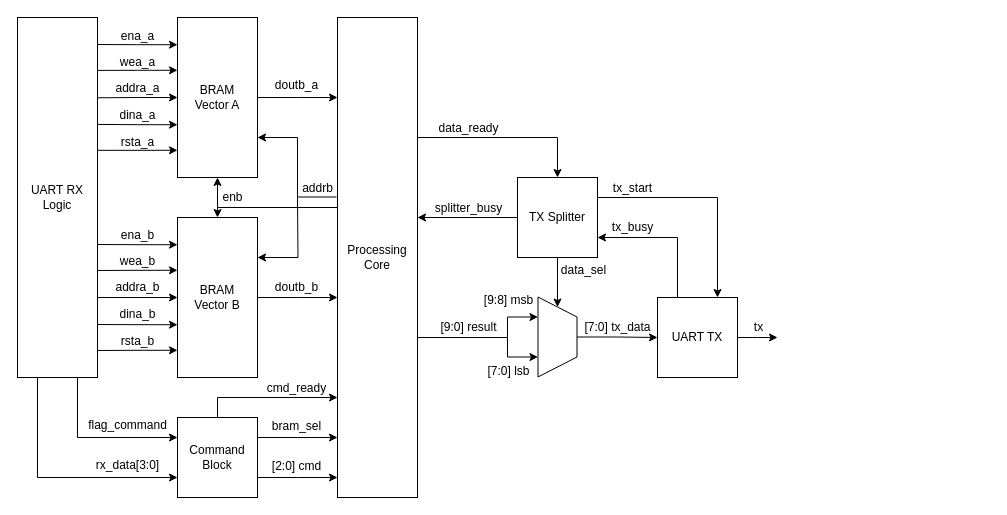
Grimrist/vector_coprocessor keeps this draw.io diagram as vector_coprocessor.drawio. Above is the earlier version. Source tidied: cells renumbered, new cells numbered last; positions are measured from the earlier drawing's top-left corner, leaving out a move shared by most shapes. Both pictures are drawn from the tidied source at 100%, with x=0, y=0 at pixel (17, 17).
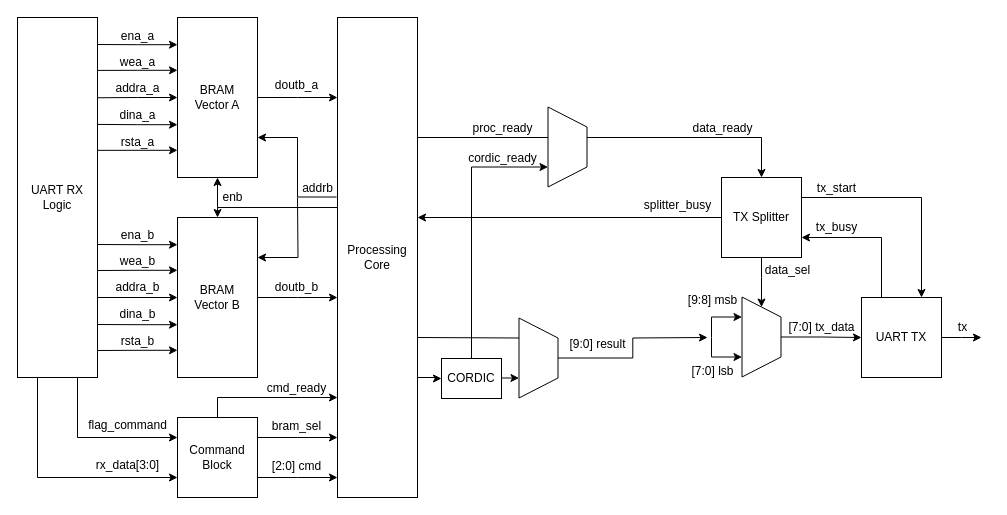
Above is the later version.

Unchanged cells that the change refers to:
```xml
<mxCell id="33" value="Processing Core" style="rounded=0;whiteSpace=wrap;html=1;points=[[0,0,0,0,0],[0,0.14,0,0,0],[0,0.29,0,0,0],[0,0.43,0,0,0],[0,0.57,0,0,0],[0,0.71,0,0,0],[0,0.86,0,0,0],[0,1,0,0,0],[0.25,0,0,0,0],[0.25,1,0,0,0],[0.5,0,0,0,0],[0.5,1,0,0,0],[0.75,0,0,0,0],[0.75,1,0,0,0],[1,0,0,0,0],[1,0.25,0,0,0],[1,0.5,0,0,0],[1,0.75,0,0,0],[1,1,0,0,0]];" parent="1" vertex="1">
  <mxGeometry x="320" width="80" height="480" as="geometry" />
</mxCell>
```

What changed in the source:
```diff
@@
     <mxCell id="32" style="edgeStyle=orthogonalEdgeStyle;rounded=0;jettySize=auto;html=1;exitX=1;exitY=0.25;exitDx=0;exitDy=0;exitPerimeter=0;entryX=0.5;entryY=0;entryDx=0;entryDy=0;" parent="1" edge="1" source="33" target="48">
       <mxGeometry relative="1" as="geometry">
         <Array as="points">
-          <mxPoint x="540" y="120" />
+          <mxPoint x="744" y="120" />
         </Array>
       </mxGeometry>
     </mxCell>
+    <mxCell id="70" style="edgeStyle=orthogonalEdgeStyle;rounded=0;jettySize=auto;html=1;exitX=1;exitY=0.75;exitDx=0;exitDy=0;exitPerimeter=0;" parent="1" edge="1" source="33" target="75">
+      <mxGeometry relative="1" as="geometry" />
+    </mxCell>
@@
     <mxCell id="48" value="TX Splitter" style="rounded=0;whiteSpace=wrap;html=1;" parent="1" vertex="1">
-      <mxGeometry x="500" y="160" width="80" height="80" as="geometry" />
+      <mxGeometry x="704" y="160" width="80" height="80" as="geometry" />
     </mxCell>
     <mxCell id="49" style="edgeStyle=orthogonalEdgeStyle;rounded=0;jettySize=auto;html=1;" parent="1" edge="1" source="51">
       <mxGeometry relative="1" as="geometry">
-        <mxPoint x="760" y="320" as="targetPoint" />
+        <mxPoint x="964" y="320" as="targetPoint" />
       </mxGeometry>
     </mxCell>
@@
     <mxCell id="51" value="UART TX" style="rounded=0;whiteSpace=wrap;html=1;" parent="1" vertex="1">
-      <mxGeometry x="640" y="280" width="80" height="80" as="geometry" />
+      <mxGeometry x="844" y="280" width="80" height="80" as="geometry" />
     </mxCell>
@@
     <mxCell id="53" style="edgeStyle=orthogonalEdgeStyle;rounded=0;jettySize=auto;html=1;exitX=0.25;exitY=1;exitDx=0;exitDy=0;endArrow=none;endFill=0;startArrow=classic;startFill=1;" parent="1" edge="1" source="55">
       <mxGeometry relative="1" as="geometry">
-        <mxPoint x="490" y="320" as="targetPoint" />
+        <mxPoint x="694" y="320" as="targetPoint" />
       </mxGeometry>
     </mxCell>
     <mxCell id="54" style="edgeStyle=orthogonalEdgeStyle;rounded=0;jettySize=auto;html=1;exitX=0.75;exitY=1;exitDx=0;exitDy=0;endArrow=none;endFill=0;startArrow=classic;startFill=1;" parent="1" edge="1" source="55">
       <mxGeometry relative="1" as="geometry">
-        <mxPoint x="490" y="320" as="targetPoint" />
+        <mxPoint x="694" y="320" as="targetPoint" />
       </mxGeometry>
     </mxCell>
     <mxCell id="55" style="shape=trapezoid;perimeter=trapezoidPerimeter;whiteSpace=wrap;html=1;fixedSize=1;rotation=90;" parent="1" vertex="1">
-      <mxGeometry x="500" y="300" width="80" height="39" as="geometry" />
+      <mxGeometry x="704" y="300" width="80" height="39" as="geometry" />
     </mxCell>
-    <mxCell id="56" style="edgeStyle=orthogonalEdgeStyle;rounded=0;orthogonalLoop=1;jettySize=auto;html=1;endArrow=none;endFill=0;startArrow=none;startFill=0;" parent="1" edge="1">
+    <mxCell id="56" style="edgeStyle=orthogonalEdgeStyle;rounded=0;jettySize=auto;html=1;endArrow=none;endFill=0;startArrow=none;startFill=0;exitX=0.25;exitY=1;exitDx=0;exitDy=0;" parent="1" edge="1" source="73">
       <mxGeometry relative="1" as="geometry">
-        <mxPoint x="490" y="320" as="sourcePoint" />
         <mxPoint x="400" y="320" as="targetPoint" />
       </mxGeometry>
     </mxCell>
     <mxCell id="57" value="[9:0] result" style="text;html=1;align=center;verticalAlign=middle;strokeColor=none;fillColor=none;" parent="1" vertex="1">
-      <mxGeometry x="411" y="295" width="80" height="30" as="geometry" />
+      <mxGeometry x="540" y="312" width="80" height="30" as="geometry" />
     </mxCell>
     <mxCell id="58" value="[9:8] msb" style="text;html=1;align=center;verticalAlign=middle;strokeColor=none;fillColor=none;" parent="1" vertex="1">
-      <mxGeometry x="451" y="268" width="80" height="30" as="geometry" />
+      <mxGeometry x="655" y="268" width="80" height="30" as="geometry" />
     </mxCell>
     <mxCell id="59" value="[7:0] lsb" style="text;html=1;align=center;verticalAlign=middle;strokeColor=none;fillColor=none;" parent="1" vertex="1">
-      <mxGeometry x="456" y="339" width="70" height="30" as="geometry" />
+      <mxGeometry x="660" y="339" width="70" height="30" as="geometry" />
     </mxCell>
     <mxCell id="60" value="data_sel" style="text;html=1;align=center;verticalAlign=middle;strokeColor=none;fillColor=none;" parent="1" vertex="1">
-      <mxGeometry x="531" y="238" width="70" height="30" as="geometry" />
+      <mxGeometry x="735" y="238" width="70" height="30" as="geometry" />
     </mxCell>
@@
     <mxCell id="62" value="splitter_busy" style="text;html=1;align=center;verticalAlign=middle;strokeColor=none;fillColor=none;" parent="1" vertex="1">
-      <mxGeometry x="401" y="176" width="100" height="30" as="geometry" />
+      <mxGeometry x="610" y="173" width="100" height="30" as="geometry" />
     </mxCell>
-    <mxCell id="63" value="data_ready" style="text;html=1;align=center;verticalAlign=middle;strokeColor=none;fillColor=none;" parent="1" vertex="1">
-      <mxGeometry x="406" y="96" width="90" height="30" as="geometry" />
+    <mxCell id="63" value="proc_ready" style="text;html=1;align=center;verticalAlign=middle;strokeColor=none;fillColor=none;" parent="1" vertex="1">
+      <mxGeometry x="440" y="96" width="90" height="30" as="geometry" />
     </mxCell>
@@
     <mxCell id="66" value="[7:0] tx_data" style="text;html=1;align=center;verticalAlign=middle;strokeColor=none;fillColor=none;" parent="1" vertex="1">
-      <mxGeometry x="555" y="295" width="90" height="30" as="geometry" />
+      <mxGeometry x="759" y="295" width="90" height="30" as="geometry" />
     </mxCell>
     <mxCell id="67" value="tx_start" style="text;html=1;align=center;verticalAlign=middle;strokeColor=none;fillColor=none;" parent="1" vertex="1">
-      <mxGeometry x="580" y="156" width="70" height="30" as="geometry" />
+      <mxGeometry x="784" y="156" width="70" height="30" as="geometry" />
     </mxCell>
     <mxCell id="68" value="tx" style="text;html=1;align=center;verticalAlign=middle;strokeColor=none;fillColor=none;" parent="1" vertex="1">
-      <mxGeometry x="726" y="295" width="30" height="30" as="geometry" />
+      <mxGeometry x="930" y="295" width="30" height="30" as="geometry" />
     </mxCell>
     <mxCell id="69" value="tx_busy" style="text;html=1;align=center;verticalAlign=middle;strokeColor=none;fillColor=none;" parent="1" vertex="1">
-      <mxGeometry x="580" y="195" width="70" height="30" as="geometry" />
+      <mxGeometry x="784" y="195" width="70" height="30" as="geometry" />
     </mxCell>
+    <mxCell id="71" style="edgeStyle=orthogonalEdgeStyle;rounded=0;jettySize=auto;html=1;exitX=0.75;exitY=1;exitDx=0;exitDy=0;entryX=1;entryY=0.5;entryDx=0;entryDy=0;endArrow=none;endFill=0;startArrow=classic;startFill=1;" parent="1" edge="1" source="73" target="75">
+      <mxGeometry relative="1" as="geometry" />
+    </mxCell>
+    <mxCell id="72" style="edgeStyle=orthogonalEdgeStyle;rounded=0;jettySize=auto;html=1;exitX=0.5;exitY=0;exitDx=0;exitDy=0;" parent="1" edge="1" source="73">
+      <mxGeometry relative="1" as="geometry">
+        <mxPoint x="690" y="320" as="targetPoint" />
+      </mxGeometry>
+    </mxCell>
+    <mxCell id="73" style="shape=trapezoid;perimeter=trapezoidPerimeter;whiteSpace=wrap;html=1;fixedSize=1;rotation=90;" parent="1" vertex="1">
+      <mxGeometry x="481" y="321" width="80" height="39" as="geometry" />
+    </mxCell>
+    <mxCell id="74" style="edgeStyle=orthogonalEdgeStyle;rounded=0;jettySize=auto;html=1;exitX=0.5;exitY=0;exitDx=0;exitDy=0;entryX=0.75;entryY=1;entryDx=0;entryDy=0;" parent="1" edge="1" source="75" target="76">
+      <mxGeometry relative="1" as="geometry" />
+    </mxCell>
+    <mxCell id="75" value="CORDIC" style="rounded=0;whiteSpace=wrap;html=1;" parent="1" vertex="1">
+      <mxGeometry x="424" y="341" width="60" height="40" as="geometry" />
+    </mxCell>
+    <mxCell id="76" style="shape=trapezoid;perimeter=trapezoidPerimeter;whiteSpace=wrap;html=1;fixedSize=1;rotation=90;" parent="1" vertex="1">
+      <mxGeometry x="510" y="110" width="80" height="39" as="geometry" />
+    </mxCell>
+    <mxCell id="77" value="cordic_ready" style="text;html=1;align=center;verticalAlign=middle;strokeColor=none;fillColor=none;" parent="1" vertex="1">
+      <mxGeometry x="440" y="126" width="90" height="30" as="geometry" />
+    </mxCell>
+    <mxCell id="78" value="data_ready" style="text;html=1;align=center;verticalAlign=middle;strokeColor=none;fillColor=none;" parent="1" vertex="1">
+      <mxGeometry x="660" y="96" width="90" height="30" as="geometry" />
+    </mxCell>
```
